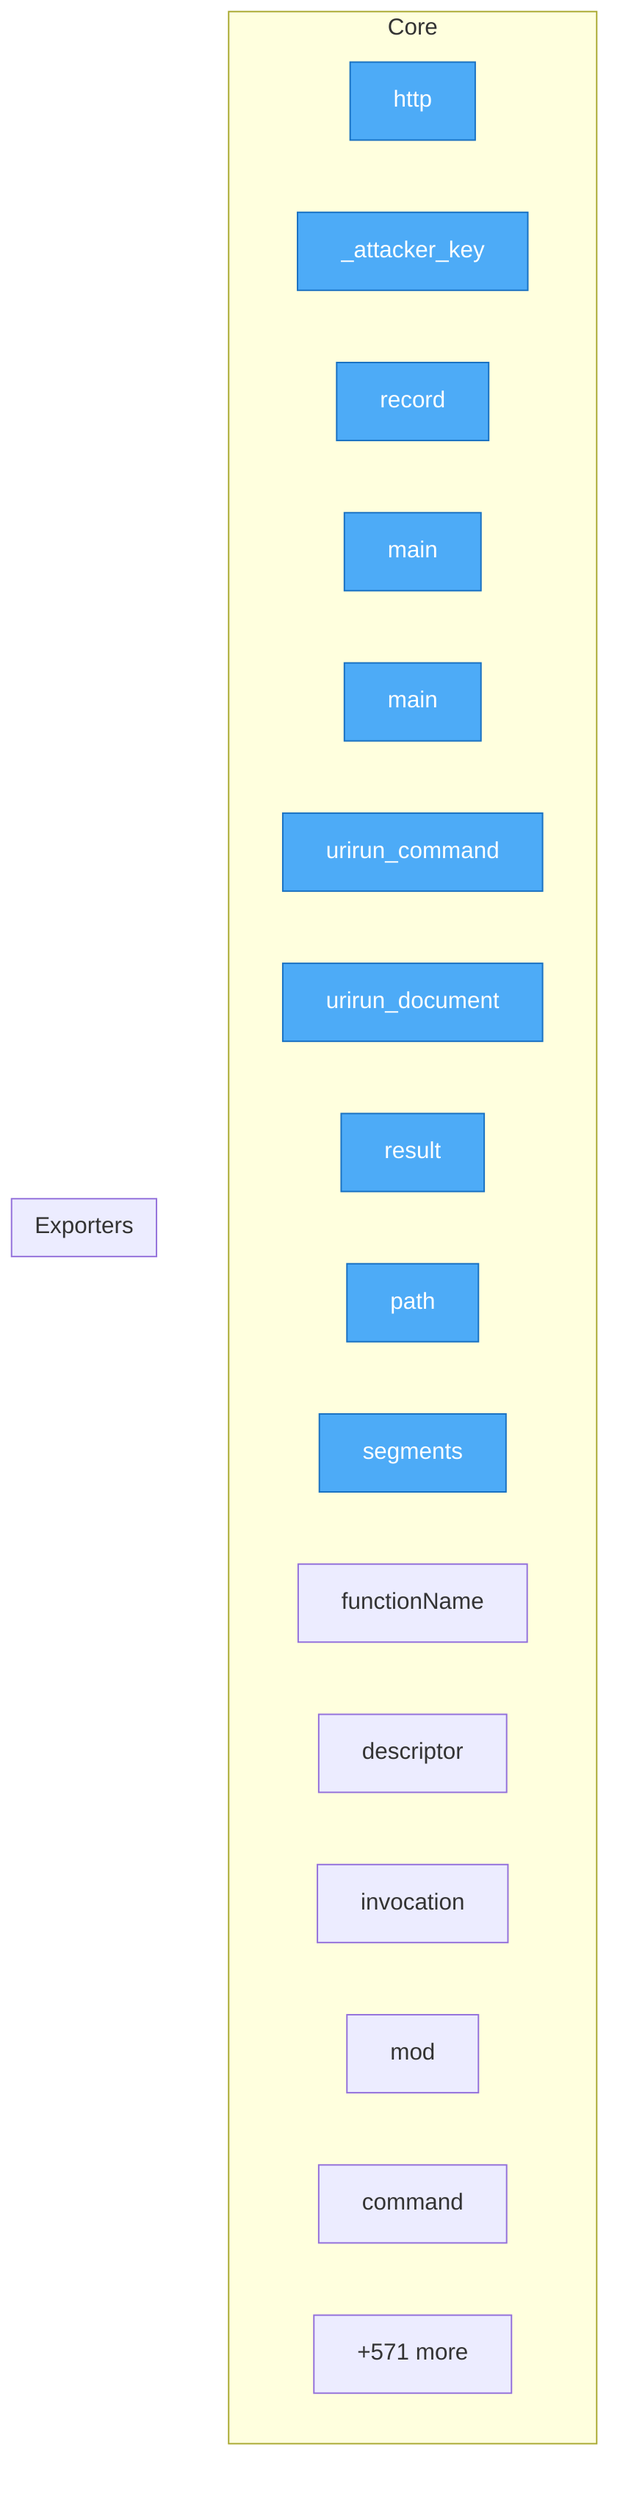
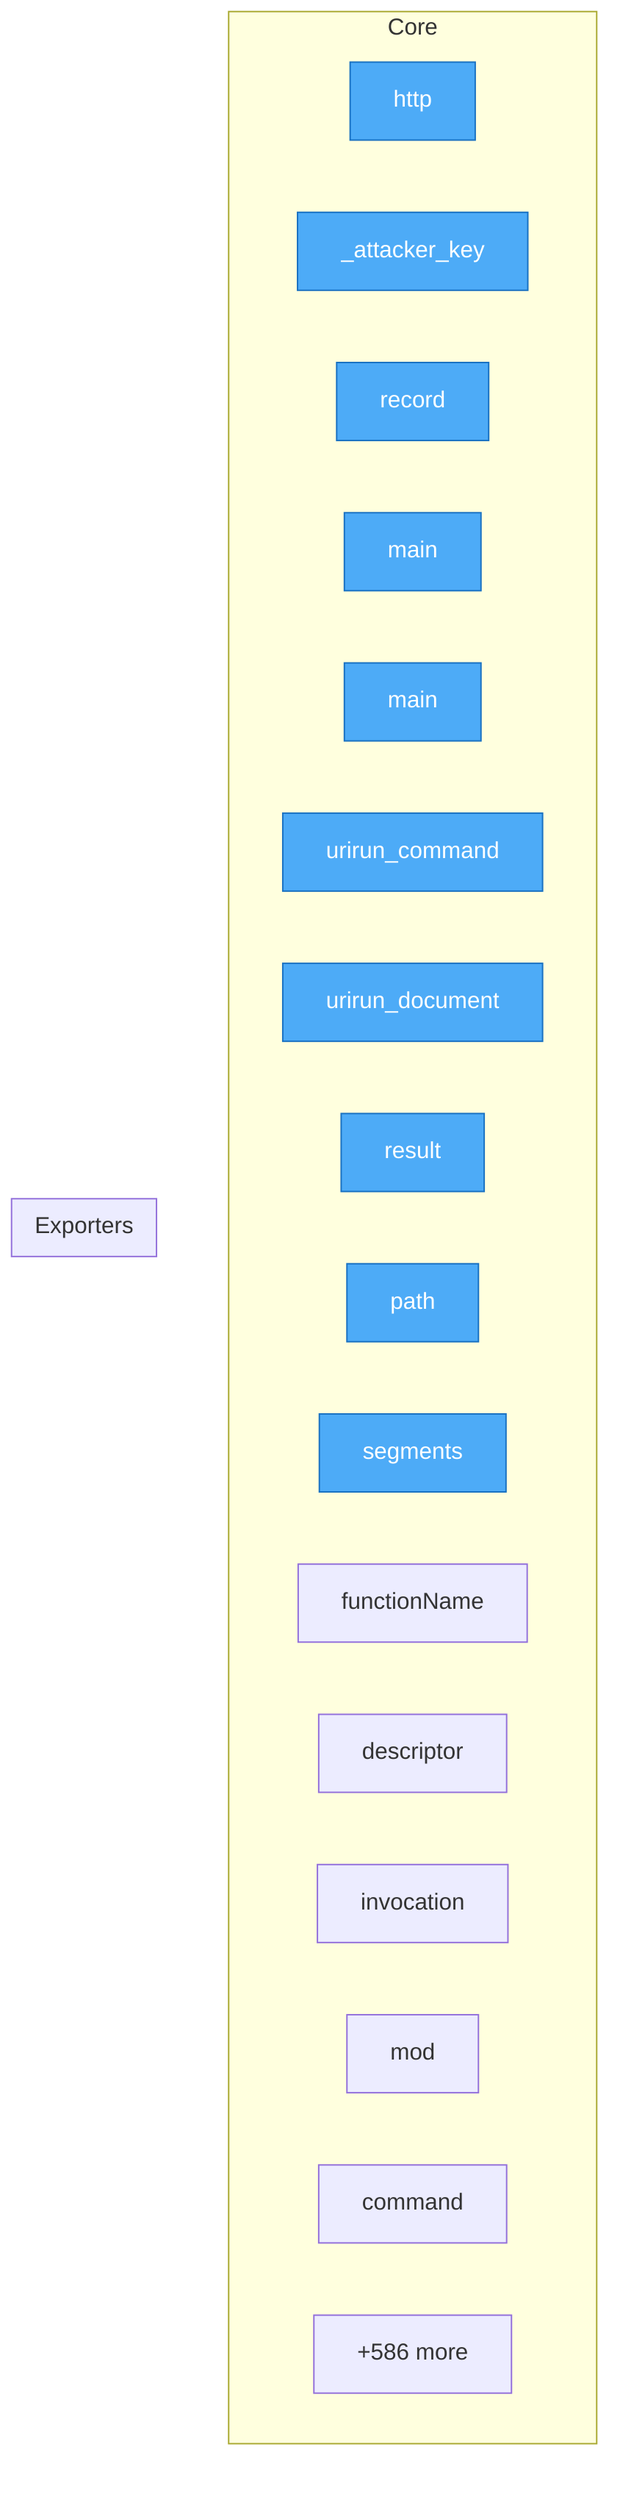
flowchart TD
- %% generated in 0.06s
+ %% generated in 0.07s

    %% Entry points (blue)
    classDef entry fill:#4dabf7,stroke:#1971c2,color:#fff

    subgraph Core
        security__mesh_probe__probe__http["http"]
        security__mesh_probe__probe___attacker_key["_attacker_key"]
        security__mesh_probe__probe__record["record"]
        adapters__conformance__main["main"]
        adapters__new_connector__main["main"]
        adapters__bash__urirun__urirun_command["urirun_command"]
        adapters__bash__urirun__urirun_document["urirun_document"]
        adapters__js__index__test__result["result"]
        adapters__js__path["path"]
        adapters__js__segments["segments"]
        adapters__js__functionName["functionName"]
        adapters__js__descriptor["descriptor"]
        adapters__js__invocation["invocation"]
        adapters__js__mod["mod"]
        adapters__java__Urirun__Urirun__command["command"]
-         ...["+571 more"]
+         ...["+586 more"]
    end

    subgraph Exporters
    end

    class security__mesh_probe__probe__http,security__mesh_probe__probe___attacker_key,security__mesh_probe__probe__record,adapters__conformance__main,adapters__new_connector__main,adapters__bash__urirun__urirun_command,adapters__bash__urirun__urirun_document,adapters__js__index__test__result,adapters__js__path,adapters__js__segments entry
